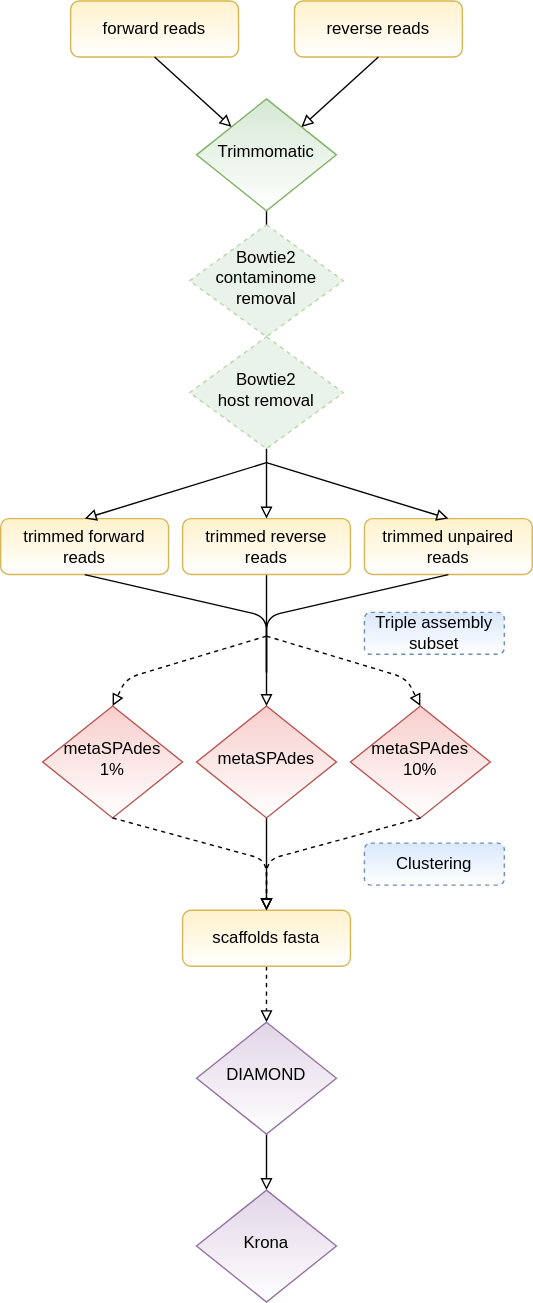
This is ViPER.svg from Matthijnssenslab/ViPER, a draw.io export, as it was before one commit. Source tidied: cells renumbered, new cells last; positions are measured from the earlier drawing's top-left corner, leaving out a move shared by most shapes. Its diagram source:
```xml
<mxGraphModel>
  <root>
    <mxCell id="0" />
    <mxCell id="1" parent="0" />
    <mxCell id="2" value="Triple assembly subset" style="rounded=1;whiteSpace=wrap;html=1;shadow=0;glass=0;sketch=0;strokeColor=#6c8ebf;fillColor=#dae8fc;gradientColor=#ffffff;dashed=1;" parent="1" vertex="1">
      <mxGeometry x="260" y="437" width="100" height="30" as="geometry" />
    </mxCell>
    <mxCell id="3" style="edgeStyle=orthogonalEdgeStyle;curved=1;jettySize=auto;html=1;endArrow=block;endFill=0;" parent="1" edge="1" source="4" target="28">
      <mxGeometry relative="1" as="geometry" />
    </mxCell>
    <mxCell id="4" value="Bowtie2&lt;br&gt;host removal" style="rhombus;whiteSpace=wrap;html=1;shadow=0;fontFamily=Helvetica;fontSize=12;align=center;strokeWidth=1;spacing=6;spacingTop=-4;fillColor=#d5e8d4;strokeColor=#82b366;dashed=1;opacity=50;" parent="1" vertex="1">
      <mxGeometry x="135" y="240" width="110" height="80" as="geometry" />
    </mxCell>
    <mxCell id="5" value="forward reads" style="rounded=1;whiteSpace=wrap;html=1;fontSize=12;glass=0;strokeWidth=1;shadow=0;fillColor=#fff2cc;strokeColor=#d6b656;gradientColor=#ffffff;" parent="1" vertex="1">
      <mxGeometry x="50" width="120" height="40" as="geometry" />
    </mxCell>
    <mxCell id="6" style="edgeStyle=orthogonalEdgeStyle;rounded=0;jettySize=auto;html=1;endArrow=none;endFill=0;" parent="1" edge="1" source="7" target="22">
      <mxGeometry relative="1" as="geometry">
        <Array as="points">
          <mxPoint x="190" y="140" />
          <mxPoint x="190" y="140" />
        </Array>
      </mxGeometry>
    </mxCell>
    <mxCell id="7" value="Trimmomatic" style="rhombus;whiteSpace=wrap;html=1;shadow=0;fontFamily=Helvetica;fontSize=12;align=center;strokeWidth=1;spacing=6;spacingTop=-4;fillColor=#d5e8d4;strokeColor=#82b366;gradientColor=#ffffff;" parent="1" vertex="1">
      <mxGeometry x="140" y="70" width="100" height="80" as="geometry" />
    </mxCell>
    <mxCell id="8" style="edgeStyle=orthogonalEdgeStyle;rounded=0;jettySize=auto;html=1;endArrow=block;endFill=0;" parent="1" edge="1" source="9" target="11">
      <mxGeometry relative="1" as="geometry" />
    </mxCell>
    <mxCell id="9" value="metaSPAdes" style="rhombus;whiteSpace=wrap;html=1;shadow=0;fontFamily=Helvetica;fontSize=12;align=center;strokeWidth=1;spacing=6;spacingTop=-4;fillColor=#f8cecc;strokeColor=#b85450;gradientColor=#ffffff;" parent="1" vertex="1">
      <mxGeometry x="140" y="504" width="100" height="80" as="geometry" />
    </mxCell>
    <mxCell id="10" style="edgeStyle=orthogonalEdgeStyle;rounded=0;jettySize=auto;html=1;dashed=1;endArrow=block;endFill=0;entryX=0.5;entryY=0;entryDx=0;entryDy=0;" parent="1" edge="1" source="11" target="21">
      <mxGeometry relative="1" as="geometry" />
    </mxCell>
    <mxCell id="11" value="scaffolds fasta" style="rounded=1;whiteSpace=wrap;html=1;fontSize=12;glass=0;strokeWidth=1;shadow=0;fillColor=#fff2cc;strokeColor=#d6b656;gradientColor=#ffffff;sketch=0;" parent="1" vertex="1">
      <mxGeometry x="130" y="650" width="120" height="40" as="geometry" />
    </mxCell>
    <mxCell id="12" value="reverse reads" style="rounded=1;whiteSpace=wrap;html=1;fontSize=12;glass=0;strokeWidth=1;shadow=0;fillColor=#fff2cc;strokeColor=#d6b656;gradientColor=#ffffff;" parent="1" vertex="1">
      <mxGeometry x="210" width="120" height="40" as="geometry" />
    </mxCell>
    <mxCell id="13" style="endArrow=classic;html=1;exitX=0.5;exitY=0;exitDx=0;exitDy=0;strokeColor=none;rounded=0;" parent="1" edge="1" source="22">
      <mxGeometry relative="1" as="geometry">
        <mxPoint x="90" y="210" as="targetPoint" />
      </mxGeometry>
    </mxCell>
    <mxCell id="14" value="metaSPAdes 10%" style="rhombus;whiteSpace=wrap;html=1;shadow=0;fontFamily=Helvetica;fontSize=12;align=center;strokeWidth=1;spacing=6;spacingTop=-4;fillColor=#f8cecc;strokeColor=#b85450;gradientColor=#ffffff;" parent="1" vertex="1">
      <mxGeometry x="250" y="504" width="100" height="80" as="geometry" />
    </mxCell>
    <mxCell id="15" value="metaSPAdes &lt;br&gt;1%" style="rhombus;whiteSpace=wrap;html=1;shadow=0;fontFamily=Helvetica;fontSize=12;align=center;strokeWidth=1;spacing=6;spacingTop=-4;fillColor=#f8cecc;strokeColor=#b85450;gradientColor=#ffffff;" parent="1" vertex="1">
      <mxGeometry x="30" y="504" width="100" height="80" as="geometry" />
    </mxCell>
    <mxCell id="16" style="endArrow=block;html=1;dashed=1;entryX=0.5;entryY=0;entryDx=0;entryDy=0;endFill=0;" parent="1" edge="1" target="15">
      <mxGeometry relative="1" as="geometry">
        <mxPoint x="190" y="454" as="sourcePoint" />
        <Array as="points">
          <mxPoint x="90" y="484" />
        </Array>
      </mxGeometry>
    </mxCell>
    <mxCell id="17" style="endArrow=block;html=1;dashed=1;entryX=0.5;entryY=0;entryDx=0;entryDy=0;endFill=0;" parent="1" edge="1" target="14">
      <mxGeometry relative="1" as="geometry">
        <mxPoint x="190" y="454" as="sourcePoint" />
        <Array as="points">
          <mxPoint x="290" y="484" />
        </Array>
      </mxGeometry>
    </mxCell>
    <mxCell id="18" style="endArrow=block;html=1;dashed=1;exitX=0.5;exitY=1;exitDx=0;exitDy=0;endFill=0;" parent="1" edge="1" source="15">
      <mxGeometry relative="1" as="geometry">
        <mxPoint x="190" y="650" as="targetPoint" />
        <Array as="points">
          <mxPoint x="190" y="614" />
        </Array>
      </mxGeometry>
    </mxCell>
    <mxCell id="19" style="endArrow=block;html=1;dashed=1;exitX=0.5;exitY=1;exitDx=0;exitDy=0;endFill=0;" parent="1" edge="1" source="14">
      <mxGeometry relative="1" as="geometry">
        <mxPoint x="190" y="650" as="targetPoint" />
        <Array as="points">
          <mxPoint x="190" y="614" />
        </Array>
      </mxGeometry>
    </mxCell>
    <mxCell id="20" style="edgeStyle=orthogonalEdgeStyle;rounded=0;jettySize=auto;html=1;endArrow=block;endFill=0;" parent="1" edge="1" source="21" target="24">
      <mxGeometry relative="1" as="geometry" />
    </mxCell>
    <mxCell id="21" value="DIAMOND" style="rhombus;whiteSpace=wrap;html=1;shadow=0;fontFamily=Helvetica;fontSize=12;align=center;strokeWidth=1;spacing=6;spacingTop=-4;fillColor=#e1d5e7;strokeColor=#9673a6;gradientColor=#ffffff;" parent="1" vertex="1">
      <mxGeometry x="140" y="730" width="100" height="80" as="geometry" />
    </mxCell>
    <mxCell id="22" value="Bowtie2 contaminome removal" style="rhombus;whiteSpace=wrap;html=1;shadow=0;fontFamily=Helvetica;fontSize=12;align=center;strokeWidth=1;spacing=6;spacingTop=-4;fillColor=#d5e8d4;strokeColor=#82b366;dashed=1;opacity=50;" parent="1" vertex="1">
      <mxGeometry x="135" y="160" width="110" height="80" as="geometry" />
    </mxCell>
    <mxCell id="23" value="Clustering" style="rounded=1;whiteSpace=wrap;html=1;shadow=0;glass=0;sketch=0;strokeColor=#6c8ebf;fillColor=#dae8fc;gradientColor=#ffffff;dashed=1;" parent="1" vertex="1">
      <mxGeometry x="260" y="602" width="100" height="30" as="geometry" />
    </mxCell>
    <mxCell id="24" value="Krona" style="rhombus;whiteSpace=wrap;html=1;shadow=0;fontFamily=Helvetica;fontSize=12;align=center;strokeWidth=1;spacing=6;spacingTop=-4;fillColor=#e1d5e7;strokeColor=#9673a6;gradientColor=#ffffff;" parent="1" vertex="1">
      <mxGeometry x="140" y="850" width="100" height="80" as="geometry" />
    </mxCell>
    <mxCell id="25" value="trimmed forward reads" style="rounded=1;whiteSpace=wrap;html=1;fontSize=12;glass=0;strokeWidth=1;shadow=0;fillColor=#fff2cc;strokeColor=#d6b656;gradientColor=#ffffff;" parent="1" vertex="1">
      <mxGeometry y="370" width="120" height="40" as="geometry" />
    </mxCell>
    <mxCell id="26" value="trimmed unpaired reads" style="rounded=1;whiteSpace=wrap;html=1;fontSize=12;glass=0;strokeWidth=1;shadow=0;fillColor=#fff2cc;strokeColor=#d6b656;gradientColor=#ffffff;" parent="1" vertex="1">
      <mxGeometry x="260" y="370" width="120" height="40" as="geometry" />
    </mxCell>
    <mxCell id="27" style="edgeStyle=orthogonalEdgeStyle;rounded=0;jettySize=auto;html=1;exitX=0.5;exitY=1;exitDx=0;exitDy=0;entryX=0.5;entryY=0;entryDx=0;entryDy=0;endArrow=block;endFill=0;" parent="1" edge="1" source="28" target="9">
      <mxGeometry relative="1" as="geometry" />
    </mxCell>
    <mxCell id="28" value="trimmed reverse reads" style="rounded=1;whiteSpace=wrap;html=1;fontSize=12;glass=0;strokeWidth=1;shadow=0;fillColor=#fff2cc;strokeColor=#d6b656;gradientColor=#ffffff;" parent="1" vertex="1">
      <mxGeometry x="130" y="370" width="120" height="40" as="geometry" />
    </mxCell>
    <mxCell id="29" style="endArrow=block;html=1;exitX=0.5;exitY=1;exitDx=0;exitDy=0;entryX=0.5;entryY=0;entryDx=0;entryDy=0;endFill=0;" parent="1" edge="1" target="26">
      <mxGeometry relative="1" as="geometry">
        <mxPoint x="190" y="330" as="sourcePoint" />
      </mxGeometry>
    </mxCell>
    <mxCell id="30" style="endArrow=none;html=1;exitX=0.5;exitY=1;exitDx=0;exitDy=0;endFill=0;" parent="1" edge="1" source="25">
      <mxGeometry relative="1" as="geometry">
        <mxPoint x="190" y="480" as="targetPoint" />
        <Array as="points">
          <mxPoint x="190" y="440" />
        </Array>
      </mxGeometry>
    </mxCell>
    <mxCell id="31" style="endArrow=none;html=1;exitX=0.5;exitY=1;exitDx=0;exitDy=0;endFill=0;" parent="1" edge="1" source="26">
      <mxGeometry relative="1" as="geometry">
        <mxPoint x="190" y="480" as="targetPoint" />
        <Array as="points">
          <mxPoint x="190" y="440" />
        </Array>
      </mxGeometry>
    </mxCell>
    <mxCell id="32" style="endArrow=block;html=1;exitX=0.5;exitY=1;exitDx=0;exitDy=0;entryX=0.5;entryY=0;entryDx=0;entryDy=0;endFill=0;" parent="1" edge="1" target="25">
      <mxGeometry relative="1" as="geometry">
        <mxPoint x="190" y="330" as="sourcePoint" />
      </mxGeometry>
    </mxCell>
    <mxCell id="33" style="endArrow=block;html=1;entryX=0;entryY=0;entryDx=0;entryDy=0;exitX=0.5;exitY=1;exitDx=0;exitDy=0;endFill=0;" parent="1" edge="1" source="5" target="7">
      <mxGeometry relative="1" as="geometry" />
    </mxCell>
    <mxCell id="34" style="endArrow=block;html=1;entryX=1;entryY=0;entryDx=0;entryDy=0;exitX=0.5;exitY=1;exitDx=0;exitDy=0;endFill=0;" parent="1" edge="1" source="12" target="7">
      <mxGeometry relative="1" as="geometry" />
    </mxCell>
  </root>
</mxGraphModel>
```
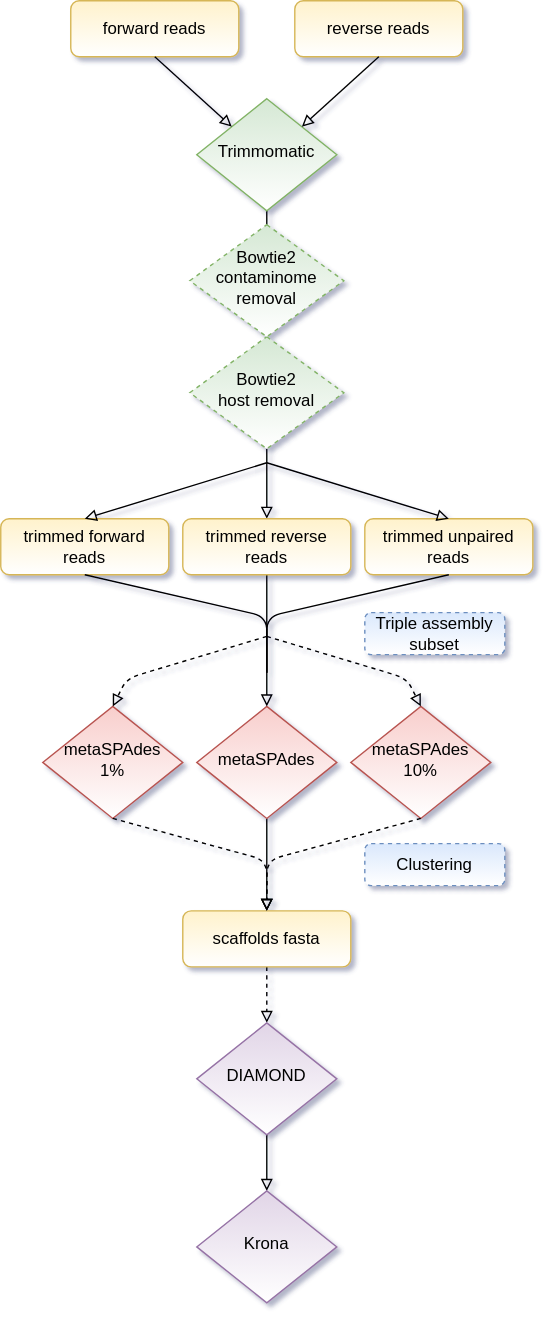
Above is the later version.

The edit, as a diff of the source:
```diff
@@ -1,14 +1,14 @@
-<mxGraphModel>
+<mxGraphModel shadow="1">
   <root>
     <mxCell id="0" />
     <mxCell id="1" parent="0" />
-    <mxCell id="2" value="Triple assembly subset" style="rounded=1;whiteSpace=wrap;html=1;shadow=0;glass=0;sketch=0;strokeColor=#6c8ebf;fillColor=#dae8fc;gradientColor=#ffffff;dashed=1;" parent="1" vertex="1">
+    <mxCell id="2" value="Triple assembly subset" style="rounded=1;whiteSpace=wrap;html=1;shadow=0;glass=0;strokeColor=#6c8ebf;fillColor=#dae8fc;gradientColor=#ffffff;dashed=1;" parent="1" vertex="1">
       <mxGeometry x="260" y="437" width="100" height="30" as="geometry" />
     </mxCell>
     <mxCell id="3" style="edgeStyle=orthogonalEdgeStyle;curved=1;jettySize=auto;html=1;endArrow=block;endFill=0;" parent="1" edge="1" source="4" target="28">
       <mxGeometry relative="1" as="geometry" />
     </mxCell>
-    <mxCell id="4" value="Bowtie2&lt;br&gt;host removal" style="rhombus;whiteSpace=wrap;html=1;shadow=0;fontFamily=Helvetica;fontSize=12;align=center;strokeWidth=1;spacing=6;spacingTop=-4;fillColor=#d5e8d4;strokeColor=#82b366;dashed=1;opacity=50;" parent="1" vertex="1">
+    <mxCell id="4" value="Bowtie2&lt;br&gt;host removal" style="rhombus;whiteSpace=wrap;html=1;shadow=0;fontFamily=Helvetica;fontSize=12;align=center;strokeWidth=1;spacing=6;spacingTop=-4;fillColor=#d5e8d4;strokeColor=#82b366;dashed=1;gradientColor=#ffffff;" parent="1" vertex="1">
       <mxGeometry x="135" y="240" width="110" height="80" as="geometry" />
     </mxCell>
     <mxCell id="5" value="forward reads" style="rounded=1;whiteSpace=wrap;html=1;fontSize=12;glass=0;strokeWidth=1;shadow=0;fillColor=#fff2cc;strokeColor=#d6b656;gradientColor=#ffffff;" parent="1" vertex="1">
@@ -34,17 +34,12 @@
     <mxCell id="10" style="edgeStyle=orthogonalEdgeStyle;rounded=0;jettySize=auto;html=1;dashed=1;endArrow=block;endFill=0;entryX=0.5;entryY=0;entryDx=0;entryDy=0;" parent="1" edge="1" source="11" target="21">
       <mxGeometry relative="1" as="geometry" />
     </mxCell>
-    <mxCell id="11" value="scaffolds fasta" style="rounded=1;whiteSpace=wrap;html=1;fontSize=12;glass=0;strokeWidth=1;shadow=0;fillColor=#fff2cc;strokeColor=#d6b656;gradientColor=#ffffff;sketch=0;" parent="1" vertex="1">
+    <mxCell id="11" value="scaffolds fasta" style="rounded=1;whiteSpace=wrap;html=1;fontSize=12;glass=0;strokeWidth=1;shadow=0;fillColor=#fff2cc;strokeColor=#d6b656;gradientColor=#ffffff;" parent="1" vertex="1">
       <mxGeometry x="130" y="650" width="120" height="40" as="geometry" />
     </mxCell>
     <mxCell id="12" value="reverse reads" style="rounded=1;whiteSpace=wrap;html=1;fontSize=12;glass=0;strokeWidth=1;shadow=0;fillColor=#fff2cc;strokeColor=#d6b656;gradientColor=#ffffff;" parent="1" vertex="1">
       <mxGeometry x="210" width="120" height="40" as="geometry" />
     </mxCell>
-    <mxCell id="13" style="endArrow=classic;html=1;exitX=0.5;exitY=0;exitDx=0;exitDy=0;strokeColor=none;rounded=0;" parent="1" edge="1" source="22">
-      <mxGeometry relative="1" as="geometry">
-        <mxPoint x="90" y="210" as="targetPoint" />
-      </mxGeometry>
-    </mxCell>
     <mxCell id="14" value="metaSPAdes 10%" style="rhombus;whiteSpace=wrap;html=1;shadow=0;fontFamily=Helvetica;fontSize=12;align=center;strokeWidth=1;spacing=6;spacingTop=-4;fillColor=#f8cecc;strokeColor=#b85450;gradientColor=#ffffff;" parent="1" vertex="1">
       <mxGeometry x="250" y="504" width="100" height="80" as="geometry" />
     </mxCell>
@@ -89,10 +84,10 @@
     <mxCell id="21" value="DIAMOND" style="rhombus;whiteSpace=wrap;html=1;shadow=0;fontFamily=Helvetica;fontSize=12;align=center;strokeWidth=1;spacing=6;spacingTop=-4;fillColor=#e1d5e7;strokeColor=#9673a6;gradientColor=#ffffff;" parent="1" vertex="1">
       <mxGeometry x="140" y="730" width="100" height="80" as="geometry" />
     </mxCell>
-    <mxCell id="22" value="Bowtie2 contaminome removal" style="rhombus;whiteSpace=wrap;html=1;shadow=0;fontFamily=Helvetica;fontSize=12;align=center;strokeWidth=1;spacing=6;spacingTop=-4;fillColor=#d5e8d4;strokeColor=#82b366;dashed=1;opacity=50;" parent="1" vertex="1">
+    <mxCell id="22" value="Bowtie2 contaminome removal" style="rhombus;whiteSpace=wrap;html=1;shadow=0;fontFamily=Helvetica;fontSize=12;align=center;strokeWidth=1;spacing=6;spacingTop=-4;fillColor=#d5e8d4;strokeColor=#82b366;dashed=1;gradientColor=#ffffff;" parent="1" vertex="1">
       <mxGeometry x="135" y="160" width="110" height="80" as="geometry" />
     </mxCell>
-    <mxCell id="23" value="Clustering" style="rounded=1;whiteSpace=wrap;html=1;shadow=0;glass=0;sketch=0;strokeColor=#6c8ebf;fillColor=#dae8fc;gradientColor=#ffffff;dashed=1;" parent="1" vertex="1">
+    <mxCell id="23" value="Clustering" style="rounded=1;whiteSpace=wrap;html=1;shadow=0;glass=0;strokeColor=#6c8ebf;fillColor=#dae8fc;gradientColor=#ffffff;dashed=1;" parent="1" vertex="1">
       <mxGeometry x="260" y="602" width="100" height="30" as="geometry" />
     </mxCell>
     <mxCell id="24" value="Krona" style="rhombus;whiteSpace=wrap;html=1;shadow=0;fontFamily=Helvetica;fontSize=12;align=center;strokeWidth=1;spacing=6;spacingTop=-4;fillColor=#e1d5e7;strokeColor=#9673a6;gradientColor=#ffffff;" parent="1" vertex="1">
```
